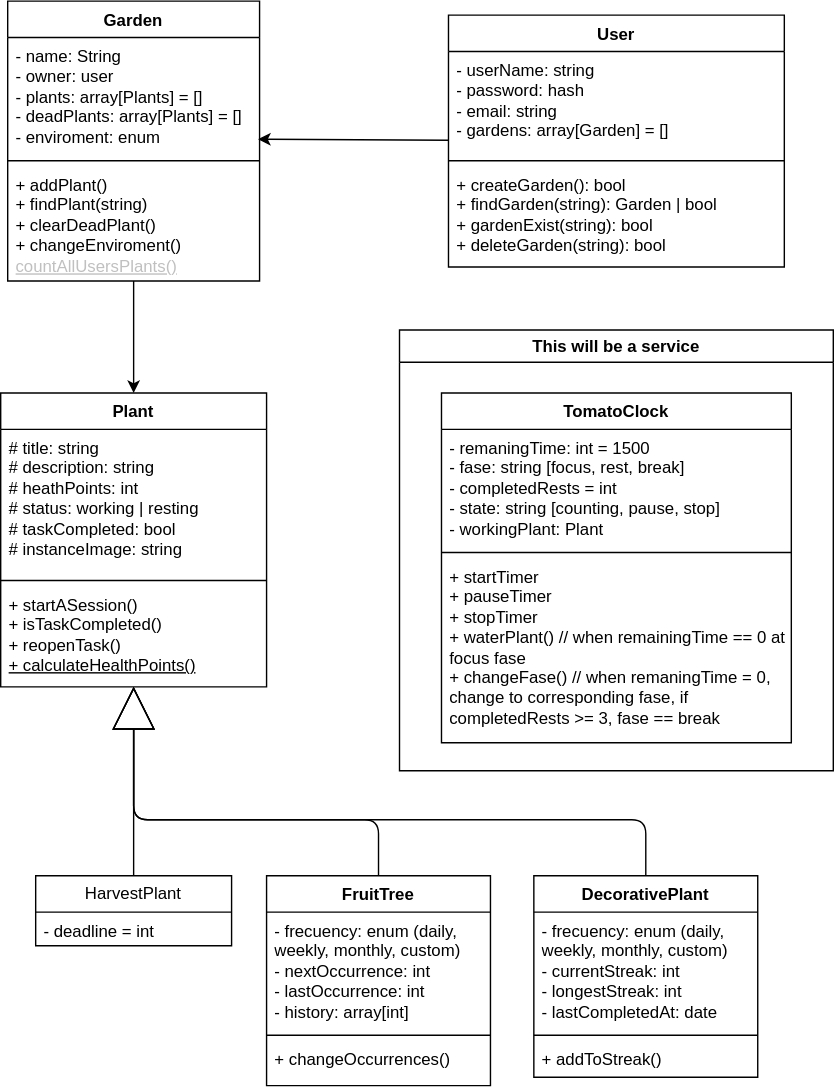
Before: utils/uml-pomodoro-garden.drawio.svg, a diagram exported from draw.io (danielmoralesar/pomodoro-garden). Source tidied: cells renumbered, new cells last; positions are measured from the earlier drawing's top-left corner, leaving out a move shared by most shapes. Source of this version:
```xml
<mxGraphModel>
  <root>
    <mxCell id="0" />
    <mxCell id="1" parent="0" />
    <mxCell id="2" value="Plant" style="swimlane;fontStyle=1;align=center;verticalAlign=top;horizontal=1;startSize=26;whiteSpace=wrap;html=1;" parent="1" vertex="1">
      <mxGeometry y="280" width="190" height="210" as="geometry" />
    </mxCell>
    <mxCell id="3" value="# title: string&lt;div&gt;# description: string&lt;/div&gt;&lt;div&gt;# heathPoints: int&amp;nbsp;&lt;/div&gt;&lt;div&gt;# status: working | resting&lt;/div&gt;&lt;div&gt;# taskCompleted: bool&lt;/div&gt;&lt;div&gt;# instanceImage: string&lt;/div&gt;" style="text;strokeColor=none;fillColor=none;align=left;verticalAlign=top;spacingLeft=4;spacingRight=4;overflow=hidden;whiteSpace=wrap;html=1;" parent="2" vertex="1">
      <mxGeometry y="26" width="190" height="104" as="geometry" />
    </mxCell>
    <mxCell id="4" style="line;strokeWidth=1;fillColor=none;align=left;verticalAlign=middle;spacingTop=-1;spacingLeft=3;spacingRight=3;labelPosition=right;strokeColor=inherit;" parent="2" vertex="1">
      <mxGeometry y="130" width="190" height="8" as="geometry" />
    </mxCell>
    <mxCell id="5" value="&lt;font&gt;+ startASession()&lt;/font&gt;&lt;div&gt;&lt;font&gt;+ isTaskCompleted()&lt;/font&gt;&lt;/div&gt;&lt;div&gt;&lt;span style=&quot;background-color: transparent;&quot;&gt;&lt;font&gt;+ reopenTask()&lt;/font&gt;&lt;/span&gt;&lt;/div&gt;&lt;div&gt;&lt;font style=&quot;&quot;&gt;&lt;u&gt;+ calculateHealthPoints()&lt;/u&gt;&lt;/font&gt;&lt;/div&gt;" style="text;strokeColor=none;fillColor=none;align=left;verticalAlign=top;spacingLeft=4;spacingRight=4;overflow=hidden;points=[[0,0.5],[1,0.5]];portConstraint=eastwest;whiteSpace=wrap;html=1;" parent="2" vertex="1">
      <mxGeometry y="138" width="190" height="72" as="geometry" />
    </mxCell>
    <mxCell id="6" style="edgeStyle=none;html=1;endArrow=block;endFill=0;endSize=28;" parent="1" edge="1" source="7" target="5">
      <mxGeometry relative="1" as="geometry" />
    </mxCell>
    <mxCell id="7" value="HarvestPlant" style="swimlane;fontStyle=0;horizontal=1;startSize=26;fillColor=none;whiteSpace=wrap;html=1;" parent="1" vertex="1">
      <mxGeometry x="25" y="625" width="140" height="50" as="geometry" />
    </mxCell>
    <mxCell id="8" value="- deadline = int" style="text;strokeColor=none;fillColor=none;align=left;verticalAlign=top;spacingLeft=4;spacingRight=4;overflow=hidden;whiteSpace=wrap;html=1;" parent="7" vertex="1">
      <mxGeometry y="26" width="140" height="24" as="geometry" />
    </mxCell>
    <mxCell id="9" style="edgeStyle=orthogonalEdgeStyle;shape=connector;rounded=1;html=1;strokeColor=default;align=center;verticalAlign=middle;fontFamily=Helvetica;fontSize=11;fontColor=default;labelBackgroundColor=default;endArrow=block;endFill=0;endSize=28;" parent="1" edge="1" source="10" target="2">
      <mxGeometry relative="1" as="geometry">
        <Array as="points">
          <mxPoint x="270" y="585" />
          <mxPoint x="95" y="585" />
        </Array>
      </mxGeometry>
    </mxCell>
    <mxCell id="10" value="FruitTree" style="swimlane;fontStyle=1;align=center;verticalAlign=top;horizontal=1;startSize=26;whiteSpace=wrap;html=1;" parent="1" vertex="1">
      <mxGeometry x="190" y="625" width="160" height="150" as="geometry" />
    </mxCell>
    <mxCell id="11" value="- frecuency: enum (daily, weekly, monthly, custom)&lt;div&gt;- nextOccurrence: int&lt;/div&gt;&lt;div&gt;- lastOccurrence: int&lt;/div&gt;&lt;div&gt;- history: array[int]&lt;/div&gt;" style="text;strokeColor=none;fillColor=none;align=left;verticalAlign=top;spacingLeft=4;spacingRight=4;overflow=hidden;whiteSpace=wrap;html=1;" parent="10" vertex="1">
      <mxGeometry y="26" width="160" height="84" as="geometry" />
    </mxCell>
    <mxCell id="12" style="line;strokeWidth=1;fillColor=none;align=left;verticalAlign=middle;spacingTop=-1;spacingLeft=3;spacingRight=3;labelPosition=right;strokeColor=inherit;" parent="10" vertex="1">
      <mxGeometry y="110" width="160" height="8" as="geometry" />
    </mxCell>
    <mxCell id="13" value="+ changeOccurrences()&lt;div&gt;&lt;br&gt;&lt;/div&gt;" style="text;strokeColor=none;fillColor=none;align=left;verticalAlign=top;spacingLeft=4;spacingRight=4;overflow=hidden;whiteSpace=wrap;html=1;" parent="10" vertex="1">
      <mxGeometry y="118" width="160" height="32" as="geometry" />
    </mxCell>
    <mxCell id="14" style="edgeStyle=orthogonalEdgeStyle;shape=connector;rounded=1;html=1;strokeColor=default;align=center;verticalAlign=middle;fontFamily=Helvetica;fontSize=11;fontColor=default;labelBackgroundColor=default;endArrow=block;endFill=0;endSize=28;" parent="1" edge="1" source="15" target="2">
      <mxGeometry relative="1" as="geometry">
        <Array as="points">
          <mxPoint x="461" y="585" />
          <mxPoint x="95" y="585" />
        </Array>
      </mxGeometry>
    </mxCell>
    <mxCell id="15" value="DecorativePlant" style="swimlane;fontStyle=1;align=center;verticalAlign=top;horizontal=1;startSize=26;whiteSpace=wrap;html=1;" parent="1" vertex="1">
      <mxGeometry x="381" y="625" width="160" height="144" as="geometry" />
    </mxCell>
    <mxCell id="16" value="- frecuency: enum (daily, weekly, monthly, custom)&lt;div&gt;- currentStreak: int&lt;/div&gt;&lt;div&gt;- longestStreak: int&lt;/div&gt;&lt;div&gt;- lastCompletedAt: date&lt;/div&gt;" style="text;strokeColor=none;fillColor=none;align=left;verticalAlign=top;spacingLeft=4;spacingRight=4;overflow=hidden;whiteSpace=wrap;html=1;" parent="15" vertex="1">
      <mxGeometry y="26" width="160" height="84" as="geometry" />
    </mxCell>
    <mxCell id="17" style="line;strokeWidth=1;fillColor=none;align=left;verticalAlign=middle;spacingTop=-1;spacingLeft=3;spacingRight=3;labelPosition=right;strokeColor=inherit;" parent="15" vertex="1">
      <mxGeometry y="110" width="160" height="8" as="geometry" />
    </mxCell>
    <mxCell id="18" value="+ addToStreak()" style="text;strokeColor=none;fillColor=none;align=left;verticalAlign=top;spacingLeft=4;spacingRight=4;overflow=hidden;whiteSpace=wrap;html=1;" parent="15" vertex="1">
      <mxGeometry y="118" width="160" height="26" as="geometry" />
    </mxCell>
    <mxCell id="19" style="edgeStyle=none;html=1;entryX=0.5;entryY=0;entryDx=0;entryDy=0;" parent="1" edge="1" source="20" target="2">
      <mxGeometry relative="1" as="geometry" />
    </mxCell>
    <mxCell id="20" value="Garden" style="swimlane;fontStyle=1;align=center;verticalAlign=top;horizontal=1;startSize=26;whiteSpace=wrap;html=1;" parent="1" vertex="1">
      <mxGeometry x="5" width="180" height="200" as="geometry" />
    </mxCell>
    <mxCell id="21" value="&lt;div&gt;- name: String&lt;/div&gt;- owner: user&lt;div&gt;&lt;div&gt;- plants: array[Plants] = []&lt;/div&gt;&lt;/div&gt;&lt;div&gt;- deadPlants: array[Plants] = []&lt;/div&gt;&lt;div&gt;- enviroment: enum&lt;/div&gt;" style="text;strokeColor=none;fillColor=none;align=left;verticalAlign=top;spacingLeft=4;spacingRight=4;overflow=hidden;points=[[0,0.5],[1,0.5]];portConstraint=eastwest;whiteSpace=wrap;html=1;" parent="20" vertex="1">
      <mxGeometry y="26" width="180" height="84" as="geometry" />
    </mxCell>
    <mxCell id="22" style="line;strokeWidth=1;fillColor=none;align=left;verticalAlign=middle;spacingTop=-1;spacingLeft=3;spacingRight=3;labelPosition=right;strokeColor=inherit;" parent="20" vertex="1">
      <mxGeometry y="110" width="180" height="8" as="geometry" />
    </mxCell>
    <mxCell id="23" value="+ addPlant()&lt;div&gt;&lt;font&gt;+ findPlant(string)&lt;br&gt;&lt;/font&gt;&lt;div&gt;+ clearDeadPlant()&lt;/div&gt;&lt;div&gt;+ changeEnviroment()&lt;/div&gt;&lt;/div&gt;&lt;div&gt;&lt;u style=&quot;color: rgb(192, 192, 192); scrollbar-color: rgb(75, 75, 75) rgb(27, 29, 30);&quot;&gt;countAllUsersPlants()&lt;/u&gt;&lt;/div&gt;" style="text;strokeColor=none;fillColor=none;align=left;verticalAlign=top;spacingLeft=4;spacingRight=4;overflow=hidden;whiteSpace=wrap;html=1;" parent="20" vertex="1">
      <mxGeometry y="118" width="180" height="82" as="geometry" />
    </mxCell>
    <mxCell id="24" value="User" style="swimlane;fontStyle=1;align=center;verticalAlign=top;horizontal=1;startSize=26;whiteSpace=wrap;html=1;" parent="1" vertex="1">
      <mxGeometry x="320" y="10" width="240" height="180" as="geometry" />
    </mxCell>
    <mxCell id="25" value="- userName: string&lt;div&gt;- password: hash&lt;/div&gt;&lt;div&gt;- email: string&lt;/div&gt;&lt;div&gt;- gardens: array[Garden] = []&lt;/div&gt;&lt;div&gt;&lt;br&gt;&lt;/div&gt;" style="text;strokeColor=none;fillColor=none;align=left;verticalAlign=top;spacingLeft=4;spacingRight=4;overflow=hidden;whiteSpace=wrap;html=1;" parent="24" vertex="1">
      <mxGeometry y="26" width="240" height="74" as="geometry" />
    </mxCell>
    <mxCell id="26" style="line;strokeWidth=1;fillColor=none;align=left;verticalAlign=middle;spacingTop=-1;spacingLeft=3;spacingRight=3;labelPosition=right;strokeColor=inherit;" parent="24" vertex="1">
      <mxGeometry y="100" width="240" height="8" as="geometry" />
    </mxCell>
    <mxCell id="27" value="&lt;div&gt;&lt;span style=&quot;background-color: transparent;&quot;&gt;&lt;font style=&quot;color: rgb(0, 0, 0);&quot;&gt;+ createGarden(): bool&amp;nbsp;&lt;/font&gt;&lt;/span&gt;&lt;/div&gt;&lt;div&gt;&lt;font style=&quot;color: rgb(0, 0, 0);&quot;&gt;+ findGarden(string): Garden | bool&lt;/font&gt;&lt;/div&gt;&lt;div&gt;&lt;font style=&quot;color: rgb(0, 0, 0);&quot;&gt;+ gardenExist(string): bool&lt;br&gt;&lt;/font&gt;&lt;div&gt;&lt;font style=&quot;color: rgb(0, 0, 0);&quot;&gt;+ deleteGarden(string): bool&lt;/font&gt;&lt;/div&gt;&lt;div&gt;&lt;br&gt;&lt;/div&gt;&lt;/div&gt;" style="text;strokeColor=none;fillColor=none;align=left;verticalAlign=top;spacingLeft=4;spacingRight=4;overflow=hidden;whiteSpace=wrap;html=1;" parent="24" vertex="1">
      <mxGeometry y="108" width="240" height="72" as="geometry" />
    </mxCell>
    <mxCell id="28" style="edgeStyle=none;html=1;entryX=0.994;entryY=0.865;entryDx=0;entryDy=0;entryPerimeter=0;" parent="1" edge="1" source="24" target="21">
      <mxGeometry relative="1" as="geometry" />
    </mxCell>
    <mxCell id="29" value="This will be a service" style="swimlane;whiteSpace=wrap;html=1;" parent="1" vertex="1">
      <mxGeometry x="285" y="235" width="310" height="315" as="geometry" />
    </mxCell>
    <mxCell id="30" value="TomatoClock" style="swimlane;fontStyle=1;align=center;verticalAlign=top;horizontal=1;startSize=26;whiteSpace=wrap;html=1;" parent="29" vertex="1">
      <mxGeometry x="30" y="45" width="250" height="250" as="geometry" />
    </mxCell>
    <mxCell id="31" value="- remaningTime: int = 1500&lt;div&gt;- fase: string [focus, rest, break]&lt;/div&gt;&lt;div&gt;- completedRests = int&lt;/div&gt;&lt;div&gt;- state: string [counting, pause, stop]&lt;/div&gt;&lt;div&gt;- workingPlant: Plant&lt;/div&gt;" style="text;strokeColor=none;fillColor=none;align=left;verticalAlign=top;spacingLeft=4;spacingRight=4;overflow=hidden;whiteSpace=wrap;html=1;" parent="30" vertex="1">
      <mxGeometry y="26" width="250" height="84" as="geometry" />
    </mxCell>
    <mxCell id="32" style="line;strokeWidth=1;fillColor=none;align=left;verticalAlign=middle;spacingTop=-1;spacingLeft=3;spacingRight=3;labelPosition=right;strokeColor=inherit;" parent="30" vertex="1">
      <mxGeometry y="110" width="250" height="8" as="geometry" />
    </mxCell>
    <mxCell id="33" value="+ startTimer&lt;div&gt;+ pauseTimer&lt;/div&gt;&lt;div&gt;+ stopTimer&lt;/div&gt;&lt;div&gt;+ waterPlant() // when remainingTime == 0 at focus fase&lt;/div&gt;&lt;div&gt;+ changeFase() // when remaningTime = 0, change to corresponding fase, if completedRests &amp;gt;= 3, fase == break&lt;/div&gt;" style="text;strokeColor=none;fillColor=none;align=left;verticalAlign=top;spacingLeft=4;spacingRight=4;overflow=hidden;whiteSpace=wrap;html=1;" parent="30" vertex="1">
      <mxGeometry y="118" width="250" height="132" as="geometry" />
    </mxCell>
  </root>
</mxGraphModel>
```
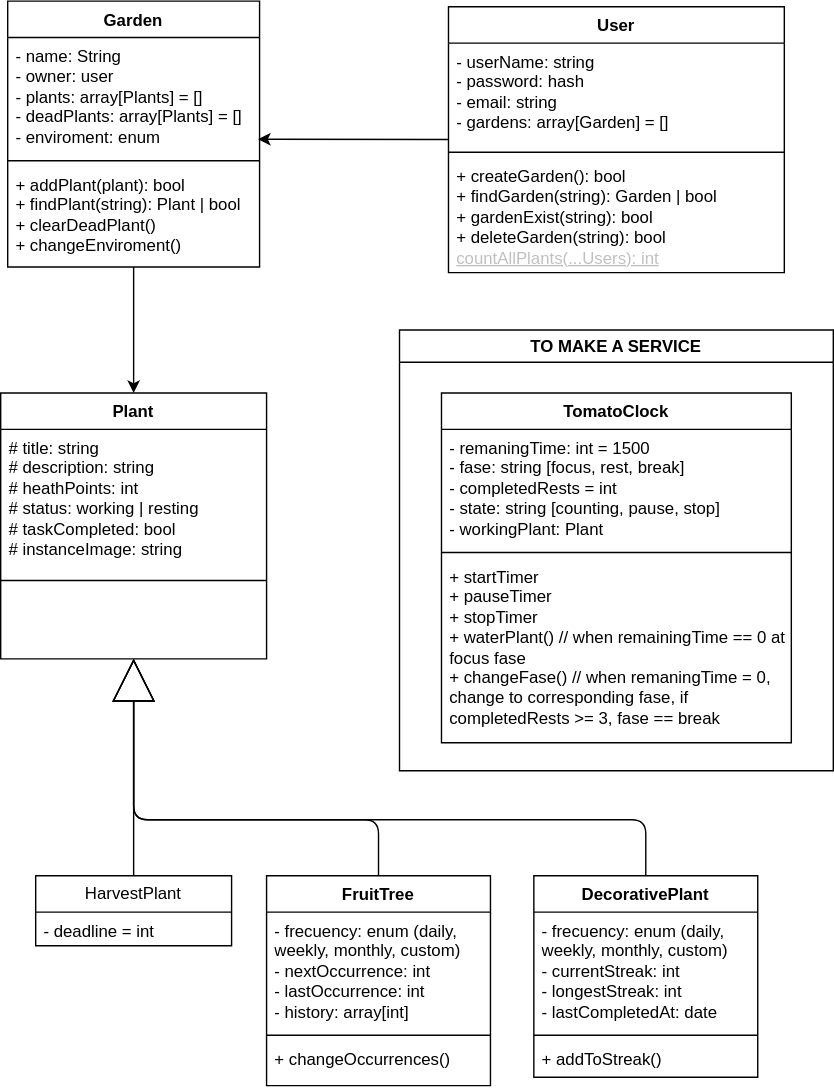
Later version of the same file.

What changed in the source:
```diff
@@ -3,7 +3,7 @@
     <mxCell id="0" />
     <mxCell id="1" parent="0" />
     <mxCell id="2" value="Plant" style="swimlane;fontStyle=1;align=center;verticalAlign=top;horizontal=1;startSize=26;whiteSpace=wrap;html=1;" parent="1" vertex="1">
-      <mxGeometry y="280" width="190" height="210" as="geometry" />
+      <mxGeometry y="280" width="190" height="190" as="geometry" />
     </mxCell>
     <mxCell id="3" value="# title: string&lt;div&gt;# description: string&lt;/div&gt;&lt;div&gt;# heathPoints: int&amp;nbsp;&lt;/div&gt;&lt;div&gt;# status: working | resting&lt;/div&gt;&lt;div&gt;# taskCompleted: bool&lt;/div&gt;&lt;div&gt;# instanceImage: string&lt;/div&gt;" style="text;strokeColor=none;fillColor=none;align=left;verticalAlign=top;spacingLeft=4;spacingRight=4;overflow=hidden;whiteSpace=wrap;html=1;" parent="2" vertex="1">
       <mxGeometry y="26" width="190" height="104" as="geometry" />
@@ -11,8 +11,8 @@
     <mxCell id="4" style="line;strokeWidth=1;fillColor=none;align=left;verticalAlign=middle;spacingTop=-1;spacingLeft=3;spacingRight=3;labelPosition=right;strokeColor=inherit;" parent="2" vertex="1">
       <mxGeometry y="130" width="190" height="8" as="geometry" />
     </mxCell>
-    <mxCell id="5" value="&lt;font&gt;+ startASession()&lt;/font&gt;&lt;div&gt;&lt;font&gt;+ isTaskCompleted()&lt;/font&gt;&lt;/div&gt;&lt;div&gt;&lt;span style=&quot;background-color: transparent;&quot;&gt;&lt;font&gt;+ reopenTask()&lt;/font&gt;&lt;/span&gt;&lt;/div&gt;&lt;div&gt;&lt;font style=&quot;&quot;&gt;&lt;u&gt;+ calculateHealthPoints()&lt;/u&gt;&lt;/font&gt;&lt;/div&gt;" style="text;strokeColor=none;fillColor=none;align=left;verticalAlign=top;spacingLeft=4;spacingRight=4;overflow=hidden;points=[[0,0.5],[1,0.5]];portConstraint=eastwest;whiteSpace=wrap;html=1;" parent="2" vertex="1">
-      <mxGeometry y="138" width="190" height="72" as="geometry" />
+    <mxCell id="5" value="&lt;div&gt;&lt;font style=&quot;color: rgb(255, 255, 255);&quot;&gt;&lt;font style=&quot;&quot;&gt;+ completeOrR&lt;/font&gt;&lt;span style=&quot;background-color: transparent;&quot;&gt;eopenTask(bool)&lt;/span&gt;&lt;/font&gt;&lt;/div&gt;&lt;div&gt;&lt;font style=&quot;color: rgb(255, 255, 255);&quot;&gt;&lt;u style=&quot;&quot;&gt;+ calculateHealthPoints()&lt;/u&gt;&lt;/font&gt;&lt;/div&gt;" style="text;strokeColor=none;fillColor=none;align=left;verticalAlign=top;spacingLeft=4;spacingRight=4;overflow=hidden;points=[[0,0.5],[1,0.5]];portConstraint=eastwest;whiteSpace=wrap;html=1;" parent="2" vertex="1">
+      <mxGeometry y="138" width="190" height="52" as="geometry" />
     </mxCell>
     <mxCell id="6" style="edgeStyle=none;html=1;endArrow=block;endFill=0;endSize=28;" parent="1" edge="1" source="7" target="5">
       <mxGeometry relative="1" as="geometry" />
@@ -67,7 +67,7 @@
       <mxGeometry relative="1" as="geometry" />
     </mxCell>
     <mxCell id="20" value="Garden" style="swimlane;fontStyle=1;align=center;verticalAlign=top;horizontal=1;startSize=26;whiteSpace=wrap;html=1;" parent="1" vertex="1">
-      <mxGeometry x="5" width="180" height="200" as="geometry" />
+      <mxGeometry x="5" width="180" height="190" as="geometry" />
     </mxCell>
     <mxCell id="21" value="&lt;div&gt;- name: String&lt;/div&gt;- owner: user&lt;div&gt;&lt;div&gt;- plants: array[Plants] = []&lt;/div&gt;&lt;/div&gt;&lt;div&gt;- deadPlants: array[Plants] = []&lt;/div&gt;&lt;div&gt;- enviroment: enum&lt;/div&gt;" style="text;strokeColor=none;fillColor=none;align=left;verticalAlign=top;spacingLeft=4;spacingRight=4;overflow=hidden;points=[[0,0.5],[1,0.5]];portConstraint=eastwest;whiteSpace=wrap;html=1;" parent="20" vertex="1">
       <mxGeometry y="26" width="180" height="84" as="geometry" />
@@ -75,11 +75,11 @@
     <mxCell id="22" style="line;strokeWidth=1;fillColor=none;align=left;verticalAlign=middle;spacingTop=-1;spacingLeft=3;spacingRight=3;labelPosition=right;strokeColor=inherit;" parent="20" vertex="1">
       <mxGeometry y="110" width="180" height="8" as="geometry" />
     </mxCell>
-    <mxCell id="23" value="+ addPlant()&lt;div&gt;&lt;font&gt;+ findPlant(string)&lt;br&gt;&lt;/font&gt;&lt;div&gt;+ clearDeadPlant()&lt;/div&gt;&lt;div&gt;+ changeEnviroment()&lt;/div&gt;&lt;/div&gt;&lt;div&gt;&lt;u style=&quot;color: rgb(192, 192, 192); scrollbar-color: rgb(75, 75, 75) rgb(27, 29, 30);&quot;&gt;countAllUsersPlants()&lt;/u&gt;&lt;/div&gt;" style="text;strokeColor=none;fillColor=none;align=left;verticalAlign=top;spacingLeft=4;spacingRight=4;overflow=hidden;whiteSpace=wrap;html=1;" parent="20" vertex="1">
-      <mxGeometry y="118" width="180" height="82" as="geometry" />
+    <mxCell id="23" value="+ addPlant(plant): bool&lt;div&gt;&lt;font&gt;+ findPlant(string): Plant | bool&lt;br&gt;&lt;/font&gt;&lt;div&gt;+ clearDeadPlant()&lt;/div&gt;&lt;div&gt;+ changeEnviroment()&lt;/div&gt;&lt;/div&gt;" style="text;strokeColor=none;fillColor=none;align=left;verticalAlign=top;spacingLeft=4;spacingRight=4;overflow=hidden;whiteSpace=wrap;html=1;" parent="20" vertex="1">
+      <mxGeometry y="118" width="180" height="72" as="geometry" />
     </mxCell>
     <mxCell id="24" value="User" style="swimlane;fontStyle=1;align=center;verticalAlign=top;horizontal=1;startSize=26;whiteSpace=wrap;html=1;" parent="1" vertex="1">
-      <mxGeometry x="320" y="10" width="240" height="180" as="geometry" />
+      <mxGeometry x="320" y="4" width="240" height="190" as="geometry" />
     </mxCell>
     <mxCell id="25" value="- userName: string&lt;div&gt;- password: hash&lt;/div&gt;&lt;div&gt;- email: string&lt;/div&gt;&lt;div&gt;- gardens: array[Garden] = []&lt;/div&gt;&lt;div&gt;&lt;br&gt;&lt;/div&gt;" style="text;strokeColor=none;fillColor=none;align=left;verticalAlign=top;spacingLeft=4;spacingRight=4;overflow=hidden;whiteSpace=wrap;html=1;" parent="24" vertex="1">
       <mxGeometry y="26" width="240" height="74" as="geometry" />
@@ -87,13 +87,13 @@
     <mxCell id="26" style="line;strokeWidth=1;fillColor=none;align=left;verticalAlign=middle;spacingTop=-1;spacingLeft=3;spacingRight=3;labelPosition=right;strokeColor=inherit;" parent="24" vertex="1">
       <mxGeometry y="100" width="240" height="8" as="geometry" />
     </mxCell>
-    <mxCell id="27" value="&lt;div&gt;&lt;span style=&quot;background-color: transparent;&quot;&gt;&lt;font style=&quot;color: rgb(0, 0, 0);&quot;&gt;+ createGarden(): bool&amp;nbsp;&lt;/font&gt;&lt;/span&gt;&lt;/div&gt;&lt;div&gt;&lt;font style=&quot;color: rgb(0, 0, 0);&quot;&gt;+ findGarden(string): Garden | bool&lt;/font&gt;&lt;/div&gt;&lt;div&gt;&lt;font style=&quot;color: rgb(0, 0, 0);&quot;&gt;+ gardenExist(string): bool&lt;br&gt;&lt;/font&gt;&lt;div&gt;&lt;font style=&quot;color: rgb(0, 0, 0);&quot;&gt;+ deleteGarden(string): bool&lt;/font&gt;&lt;/div&gt;&lt;div&gt;&lt;br&gt;&lt;/div&gt;&lt;/div&gt;" style="text;strokeColor=none;fillColor=none;align=left;verticalAlign=top;spacingLeft=4;spacingRight=4;overflow=hidden;whiteSpace=wrap;html=1;" parent="24" vertex="1">
-      <mxGeometry y="108" width="240" height="72" as="geometry" />
+    <mxCell id="27" value="&lt;div&gt;&lt;span style=&quot;background-color: transparent;&quot;&gt;&lt;font style=&quot;color: rgb(0, 0, 0);&quot;&gt;+ createGarden(): bool&amp;nbsp;&lt;/font&gt;&lt;/span&gt;&lt;/div&gt;&lt;div&gt;&lt;font style=&quot;color: rgb(0, 0, 0);&quot;&gt;+ findGarden(string): Garden | bool&lt;/font&gt;&lt;/div&gt;&lt;div&gt;&lt;font style=&quot;color: rgb(0, 0, 0);&quot;&gt;+ gardenExist(string): bool&lt;br&gt;&lt;/font&gt;&lt;div&gt;&lt;font style=&quot;color: rgb(0, 0, 0);&quot;&gt;+ deleteGarden(string): bool&lt;/font&gt;&lt;/div&gt;&lt;div&gt;&lt;font style=&quot;color: rgb(192, 192, 192);&quot;&gt;&lt;u style=&quot;scrollbar-color: rgb(75, 75, 75) rgb(27, 29, 30);&quot;&gt;countAllPlants(...Users): int&lt;/u&gt;&lt;/font&gt;&lt;/div&gt;&lt;div&gt;&lt;br&gt;&lt;/div&gt;&lt;/div&gt;" style="text;strokeColor=none;fillColor=none;align=left;verticalAlign=top;spacingLeft=4;spacingRight=4;overflow=hidden;whiteSpace=wrap;html=1;" parent="24" vertex="1">
+      <mxGeometry y="108" width="240" height="82" as="geometry" />
     </mxCell>
     <mxCell id="28" style="edgeStyle=none;html=1;entryX=0.994;entryY=0.865;entryDx=0;entryDy=0;entryPerimeter=0;" parent="1" edge="1" source="24" target="21">
       <mxGeometry relative="1" as="geometry" />
     </mxCell>
-    <mxCell id="29" value="This will be a service" style="swimlane;whiteSpace=wrap;html=1;" parent="1" vertex="1">
+    <mxCell id="29" value="TO MAKE A SERVICE" style="swimlane;whiteSpace=wrap;html=1;" parent="1" vertex="1">
       <mxGeometry x="285" y="235" width="310" height="315" as="geometry" />
     </mxCell>
     <mxCell id="30" value="TomatoClock" style="swimlane;fontStyle=1;align=center;verticalAlign=top;horizontal=1;startSize=26;whiteSpace=wrap;html=1;" parent="29" vertex="1">
```
